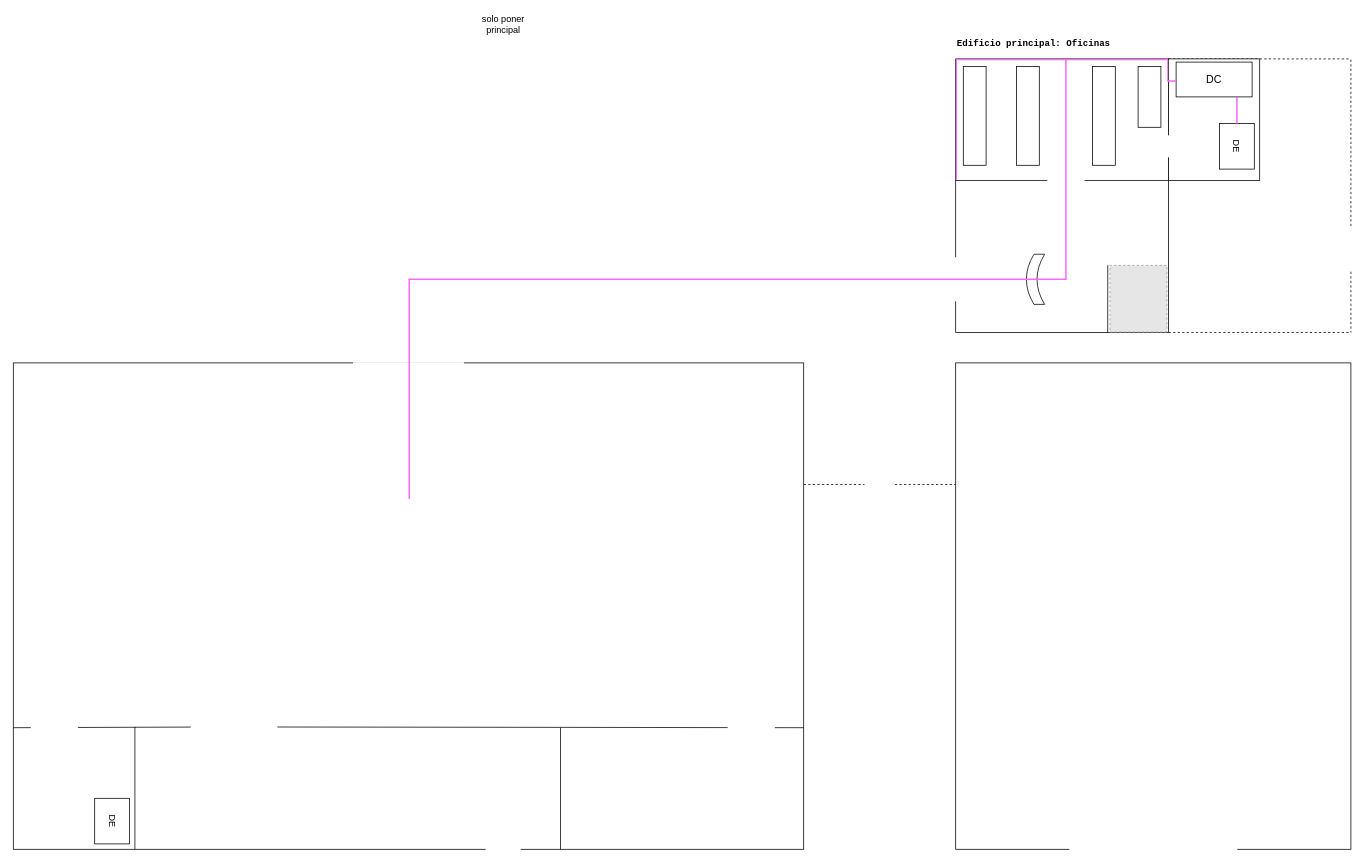
Above: SMRL_Detalle_Edificio_Principal.drawio in cnrxad/smrl-draw.io (draw.io), before the change. Source tidied: cells renumbered, new cells numbered last; positions are measured from the earlier drawing's top-left corner, leaving out a move shared by most shapes. Both pictures are drawn from the tidied source at 76%, with x=0, y=0 at pixel (13, 13). Pictures stored in the file or linked from it are replaced by grey dashed boxes.
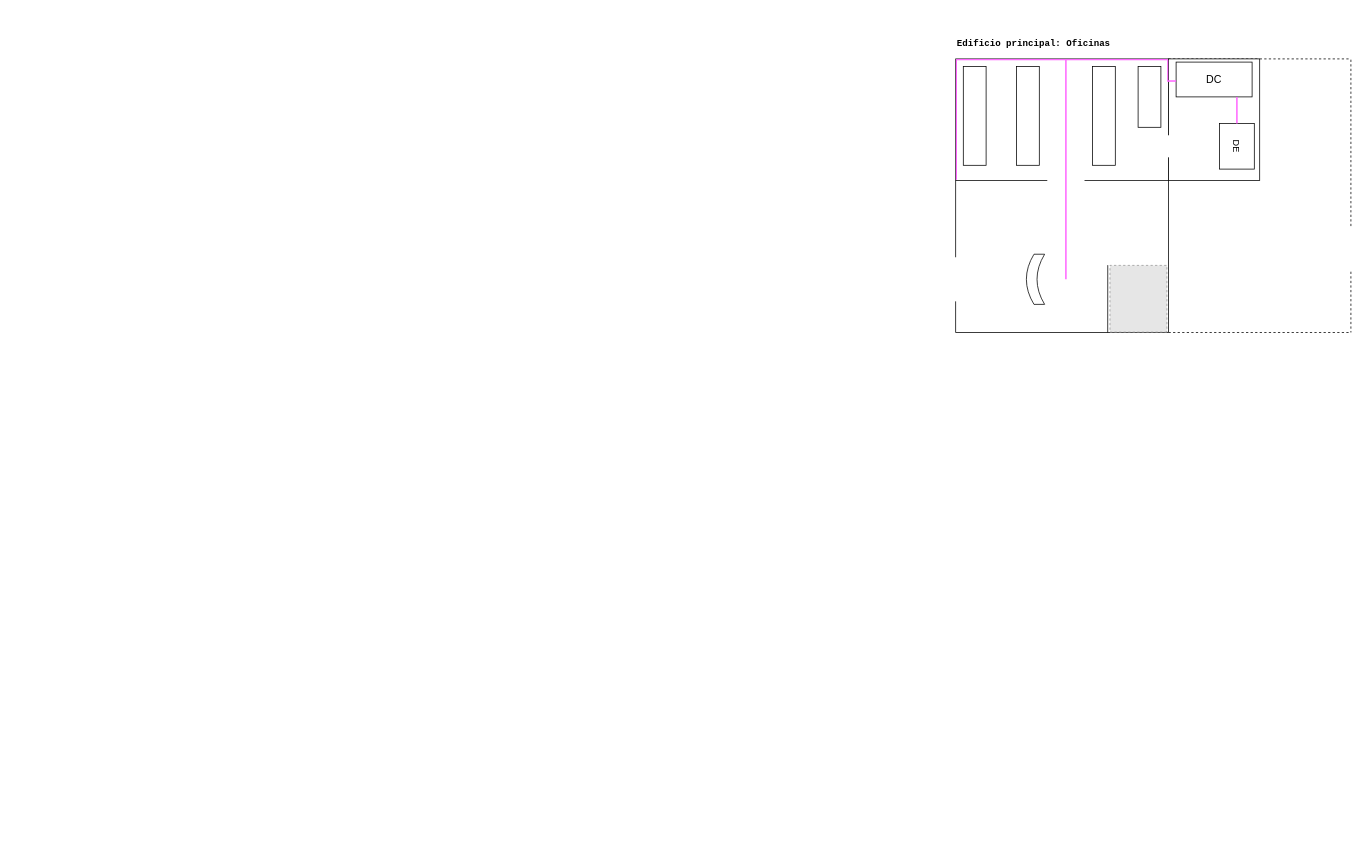
Above is the later version.

What changed in the source:
```diff
@@
-    <mxCell id="2" style="rounded=0;whiteSpace=wrap;html=1;" parent="1" vertex="1">
-      <mxGeometry y="460" width="1040" height="640" as="geometry" />
-    </mxCell>
-    <mxCell id="3" style="rounded=0;whiteSpace=wrap;html=1;" parent="1" vertex="1">
-      <mxGeometry x="1240" y="460" width="520" height="640" as="geometry" />
-    </mxCell>
@@
-    <mxCell id="14" style="rounded=0;whiteSpace=wrap;html=1;strokeColor=light-dark(#ffffff, #ededed);fillColor=default;fillStyle=solid;strokeWidth=19;gradientColor=none;rotation=90;" parent="1" vertex="1">
-      <mxGeometry x="1499" y="990" width="2" height="202" as="geometry" />
-    </mxCell>
@@
-    <mxCell id="23" value="solo poner principal" style="text;html=1;whiteSpace=wrap;strokeColor=none;fillColor=none;align=center;verticalAlign=middle;rounded=0;" parent="1" vertex="1">
-      <mxGeometry x="614.5" width="60" height="30" as="geometry" />
-    </mxCell>
@@
-    <mxCell id="25" style="rounded=0;whiteSpace=wrap;html=1;strokeColor=light-dark(#ffffff, #ededed);fillColor=default;fillStyle=solid;strokeWidth=24;gradientColor=none;rotation=90;" parent="1" vertex="1">
-      <mxGeometry x="519" y="411" width="2" height="122" as="geometry" />
-    </mxCell>
-    <mxCell id="26" style="endArrow=none;dashed=1;html=1;rounded=0;exitX=1;exitY=0.25;exitDx=0;exitDy=0;" parent="1" edge="1" source="2">
-      <mxGeometry relative="1" as="geometry">
-        <mxPoint x="1120" y="620" as="targetPoint" />
-      </mxGeometry>
-    </mxCell>
-    <mxCell id="27" style="endArrow=none;dashed=1;html=1;rounded=0;exitX=1;exitY=0.25;exitDx=0;exitDy=0;" parent="1" edge="1">
-      <mxGeometry relative="1" as="geometry">
-        <mxPoint x="1160" y="620" as="sourcePoint" />
-        <mxPoint x="1240" y="620" as="targetPoint" />
-      </mxGeometry>
-    </mxCell>
-    <mxCell id="28" style="rounded=0;whiteSpace=wrap;html=1;strokeColor=light-dark(#ffffff, #ededed);fillColor=default;fillStyle=solid;strokeWidth=24;gradientColor=none;rotation=-90;" parent="1" vertex="1">
-      <mxGeometry x="643.5" y="1078" width="2" height="22" as="geometry" />
-    </mxCell>
-    <mxCell id="29" style="endArrow=none;html=1;rounded=0;" parent="1" edge="1" source="34">
-      <mxGeometry relative="1" as="geometry">
-        <mxPoint x="1040" y="940" as="targetPoint" />
-      </mxGeometry>
-    </mxCell>
-    <mxCell id="30" style="rounded=0;whiteSpace=wrap;html=1;strokeColor=light-dark(#ffffff, #ededed);fillColor=default;fillStyle=solid;strokeWidth=24;gradientColor=none;rotation=-90;" parent="1" vertex="1">
-      <mxGeometry x="107" y="894" width="1" height="90" as="geometry" />
-    </mxCell>
-    <mxCell id="31" style="endArrow=none;html=1;rounded=0;" parent="1" edge="1">
-      <mxGeometry relative="1" as="geometry">
-        <mxPoint x="720" y="1100" as="sourcePoint" />
-        <mxPoint x="720" y="940" as="targetPoint" />
-      </mxGeometry>
-    </mxCell>
-    <mxCell id="32" style="rounded=0;whiteSpace=wrap;html=1;strokeColor=light-dark(#ffffff, #ededed);fillColor=default;fillStyle=solid;strokeWidth=24;gradientColor=none;rotation=-90;" parent="1" vertex="1">
-      <mxGeometry x="970" y="930" width="2" height="38" as="geometry" />
-    </mxCell>
-    <mxCell id="33" style="endArrow=none;html=1;rounded=0;" parent="1" edge="1" target="34">
-      <mxGeometry relative="1" as="geometry">
-        <mxPoint y="940" as="sourcePoint" />
-      </mxGeometry>
-    </mxCell>
-    <mxCell id="34" style="rounded=0;whiteSpace=wrap;html=1;strokeColor=light-dark(#ffffff, #ededed);fillColor=default;fillStyle=solid;strokeWidth=24;gradientColor=none;rotation=-90;" parent="1" vertex="1">
-      <mxGeometry x="290" y="894" width="1" height="90" as="geometry" />
-    </mxCell>
-    <mxCell id="35" style="endArrow=none;html=1;rounded=0;" parent="1" edge="1">
-      <mxGeometry relative="1" as="geometry">
-        <mxPoint x="160" y="1100" as="sourcePoint" />
-        <mxPoint x="160" y="939" as="targetPoint" />
-      </mxGeometry>
-    </mxCell>
-    <mxCell id="36" style="rounded=0;whiteSpace=wrap;html=1;strokeColor=light-dark(#ffffff, #ededed);fillColor=default;fillStyle=solid;strokeWidth=24;gradientColor=none;rotation=-90;" parent="1" vertex="1">
-      <mxGeometry x="53" y="922" width="2" height="38" as="geometry" />
-    </mxCell>
@@
-    <mxCell id="40" style="endArrow=none;html=1;rounded=0;strokeColor=light-dark(#FF66FF,#FF66FF);strokeWidth=2;" parent="1" edge="1">
-      <mxGeometry relative="1" as="geometry">
-        <mxPoint x="520" y="350" as="sourcePoint" />
-        <mxPoint x="1386" y="350" as="targetPoint" />
-      </mxGeometry>
-    </mxCell>
@@
-    <mxCell id="42" style="endArrow=none;html=1;rounded=0;strokeColor=light-dark(#FF66FF,#FF66FF);endSize=6;startSize=6;sourcePerimeterSpacing=0;strokeWidth=2;flowAnimation=0;shadow=0;" parent="1" edge="1">
-      <mxGeometry relative="1" as="geometry">
-        <mxPoint x="521" y="639" as="sourcePoint" />
-        <mxPoint x="521" y="350" as="targetPoint" />
-      </mxGeometry>
-    </mxCell>
@@
-    <mxCell id="47" value="DE" style="rounded=0;whiteSpace=wrap;html=1;glass=0;shadow=0;rotation=90;" parent="1" vertex="1">
-      <mxGeometry x="100" y="1040" width="60" height="45.8" as="geometry" />
-    </mxCell>
```
